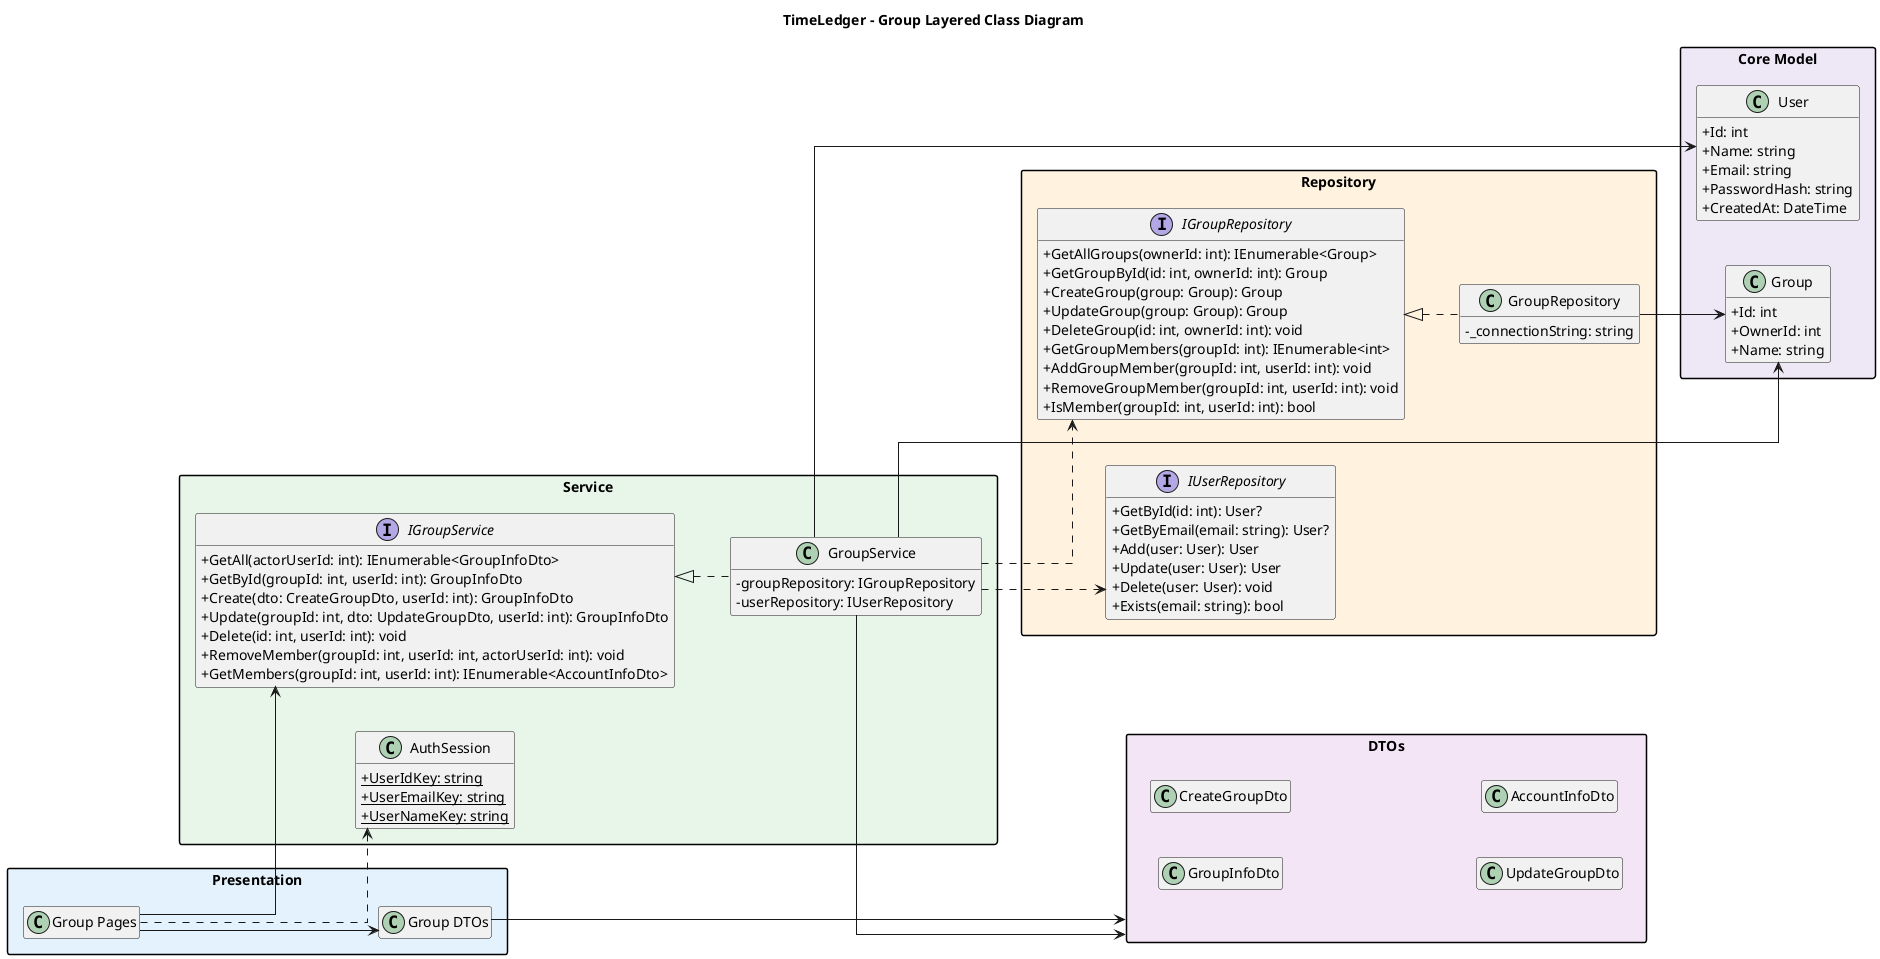
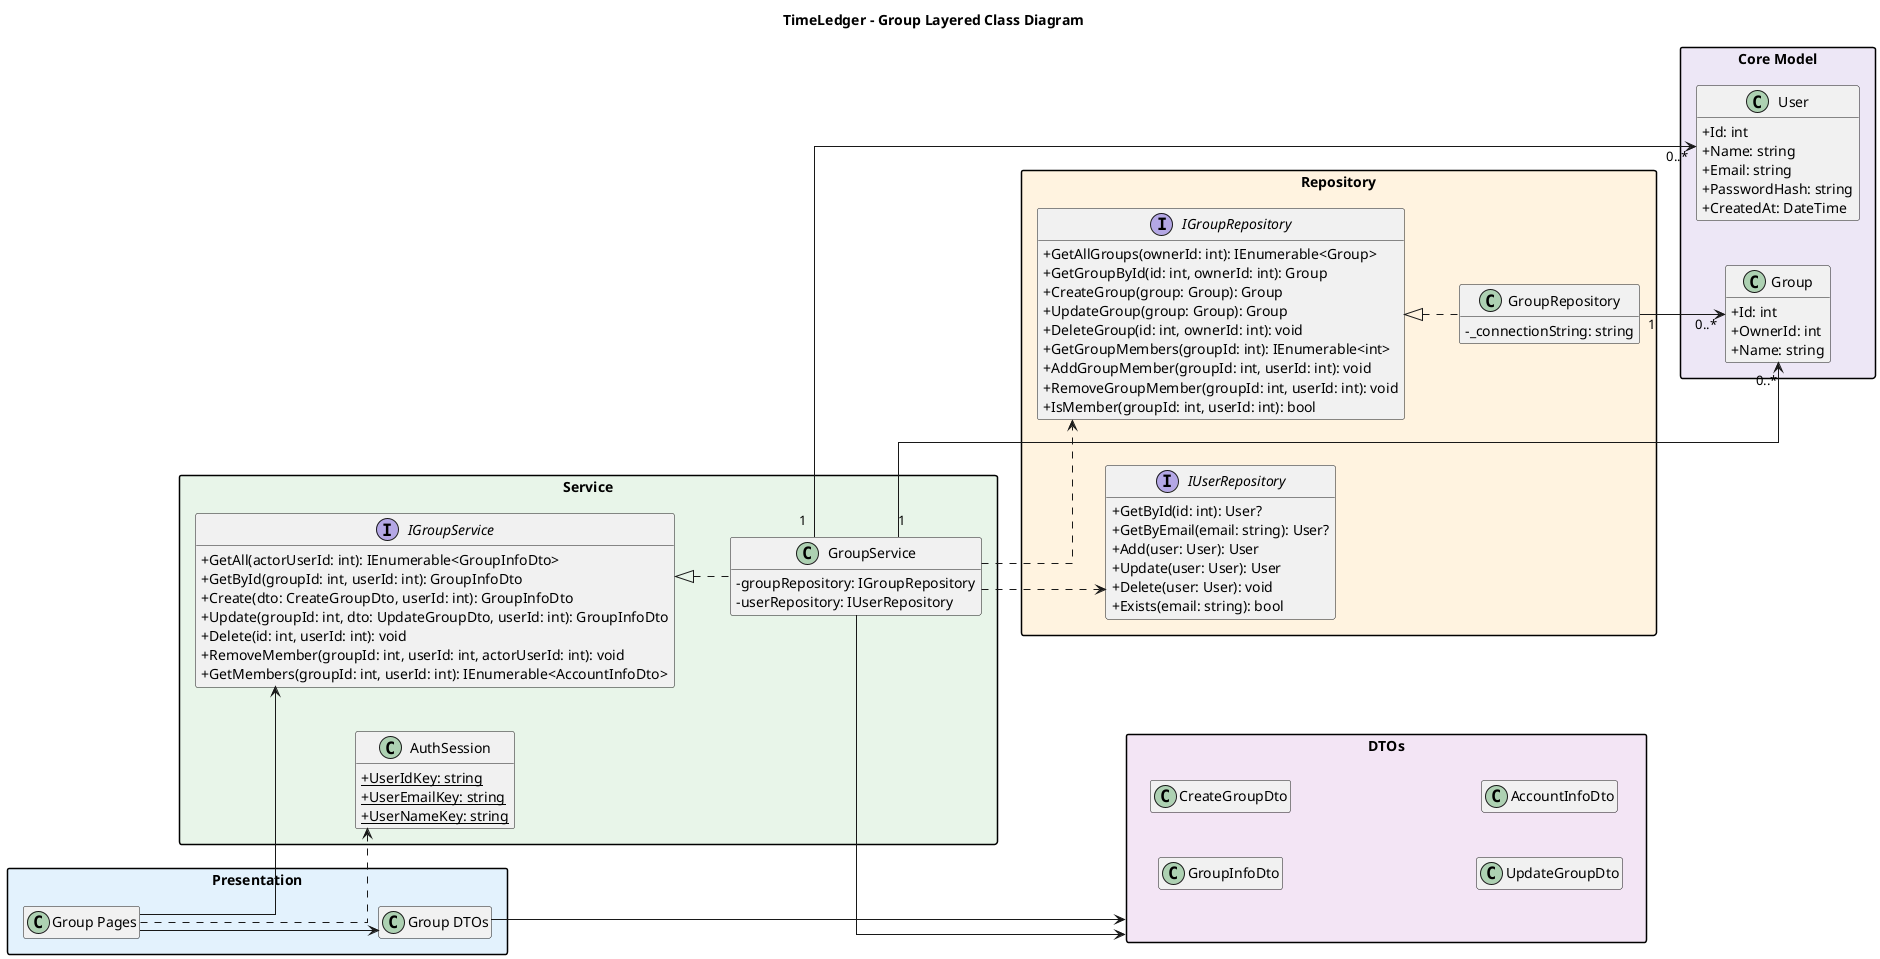
﻿@startuml
left to right direction
skinparam classAttributeIconSize 0
skinparam packageStyle rectangle
skinparam linetype ortho
skinparam nodesep 45
skinparam ranksep 55
hide empty members

title TimeLedger - Group Layered Class Diagram

package "Presentation" #E3F2FD {
  class "Group Pages" as GroupPages
  class "Group DTOs" as GroupDTOs
}

package "Service" #E8F5E9 {
  interface IGroupService {
	+ GetAll(actorUserId: int): IEnumerable<GroupInfoDto>
	+ GetById(groupId: int, userId: int): GroupInfoDto
	+ Create(dto: CreateGroupDto, userId: int): GroupInfoDto
	+ Update(groupId: int, dto: UpdateGroupDto, userId: int): GroupInfoDto
	+ Delete(id: int, userId: int): void
	+ RemoveMember(groupId: int, userId: int, actorUserId: int): void
	+ GetMembers(groupId: int, userId: int): IEnumerable<AccountInfoDto>
  }

  class GroupService {
	- groupRepository: IGroupRepository
	- userRepository: IUserRepository
  }

  class AuthSession {
	+ {static} UserIdKey: string
	+ {static} UserEmailKey: string
	+ {static} UserNameKey: string
  }
}

package "DTOs" #F3E5F5 {
  class GroupInfoDto
  class CreateGroupDto
  class UpdateGroupDto
  class AccountInfoDto
}

package "Core Model" #EDE7F6 {
  class Group {
	+ Id: int
	+ OwnerId: int
	+ Name: string
  }

  class User {
	+ Id: int
	+ Name: string
	+ Email: string
	+ PasswordHash: string
	+ CreatedAt: DateTime
  }
}

package "Repository" #FFF3E0 {
  interface IGroupRepository {
	+ GetAllGroups(ownerId: int): IEnumerable<Group>
	+ GetGroupById(id: int, ownerId: int): Group
	+ CreateGroup(group: Group): Group
	+ UpdateGroup(group: Group): Group
	+ DeleteGroup(id: int, ownerId: int): void
	+ GetGroupMembers(groupId: int): IEnumerable<int>
	+ AddGroupMember(groupId: int, userId: int): void
	+ RemoveGroupMember(groupId: int, userId: int): void
	+ IsMember(groupId: int, userId: int): bool
  }

  interface IUserRepository
  {
  + GetById(id: int): User?
  + GetByEmail(email: string): User?
  + Add(user: User): User
  + Update(user: User): User
  + Delete(user: User): void
  + Exists(email: string): bool
}

  class GroupRepository {
	- _connectionString: string
  }
}

GroupPages --> IGroupService
GroupPages ..> AuthSession
GroupPages --> GroupDTOs
GroupDTOs --> DTOs
IGroupService <|.. GroupService
GroupService --> DTOs
- GroupService --> Group
- GroupService --> User
+ GroupService "1" --> "0..*" Group
+ GroupService "1" --> "0..*" User
GroupService ..> IGroupRepository
GroupService ..> IUserRepository
IGroupRepository <|.. GroupRepository
- GroupRepository --> Group
+ GroupRepository "1" --> "0..*" Group

@enduml

